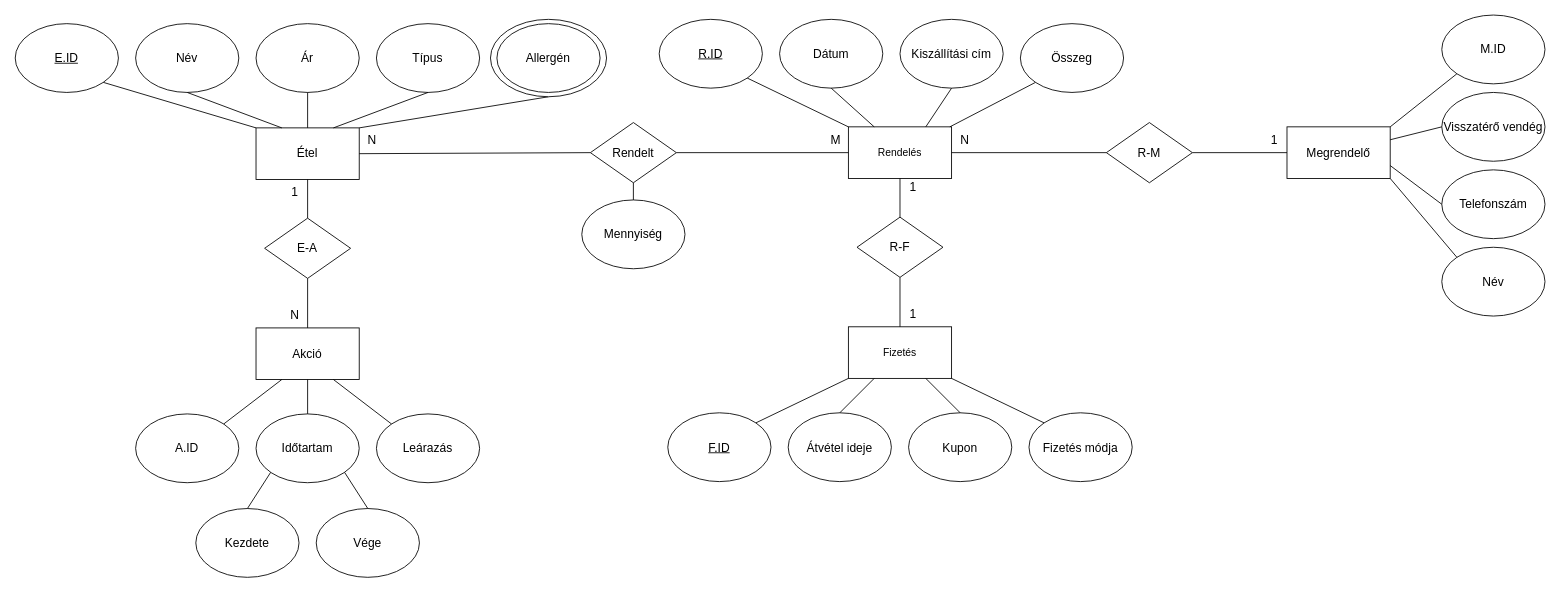
The draw.io diagram XMLTaskF58KQ8/ERF58KQ8.drawio in JuhaAkos/F58KQ8_XMLGyak, before the edit. Source tidied: cells renumbered, new cells numbered last; positions are measured from the earlier drawing's top-left corner, leaving out a move shared by most shapes. Both pictures are drawn from the tidied source at 86%, with x=0, y=0 at pixel (15, 15).
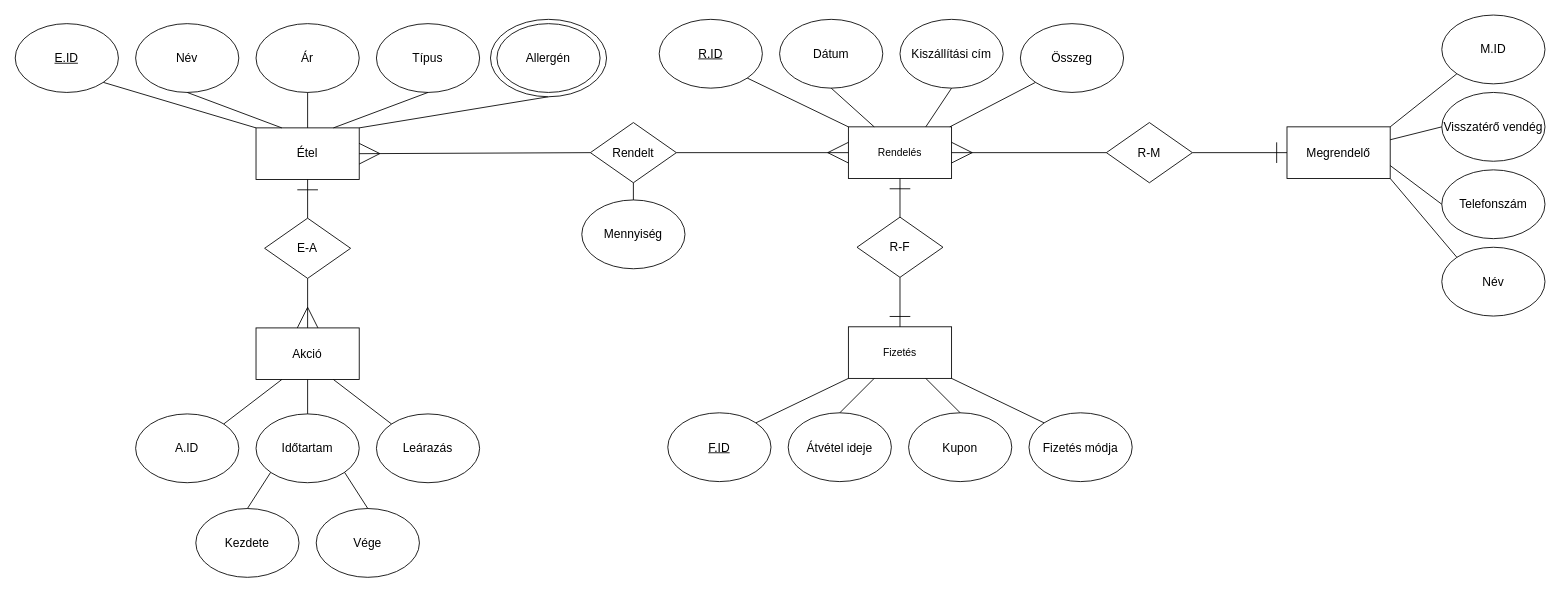
The same diagram, later.

Unchanged cells that the change refers to:
```xml
<mxCell id="2" value="Étel" style="rounded=0;whiteSpace=wrap;html=1;fontSize=14;" parent="1" vertex="1">
  <mxGeometry x="280.2" y="131.2" width="120" height="60" as="geometry" />
</mxCell>
<mxCell id="10" value="Akció" style="rounded=0;whiteSpace=wrap;html=1;fontSize=14;" parent="1" vertex="1">
  <mxGeometry x="280.2" y="363.8" width="120" height="60" as="geometry" />
</mxCell>
<mxCell id="21" value="Megrendelő" style="rounded=0;whiteSpace=wrap;html=1;fontSize=14;" parent="1" vertex="1">
  <mxGeometry x="1479" y="130" width="120" height="60" as="geometry" />
</mxCell>
<mxCell id="38" value="E-A" style="rhombus;whiteSpace=wrap;html=1;fontSize=14;" parent="1" vertex="1">
  <mxGeometry x="290.2" y="236.2" width="100" height="70" as="geometry" />
</mxCell>
<mxCell id="41" value="Rendelés" style="rounded=0;whiteSpace=wrap;html=1;" parent="1" vertex="1">
  <mxGeometry x="969" y="130" width="120" height="60" as="geometry" />
</mxCell>
<mxCell id="42" value="Rendelt" style="rhombus;whiteSpace=wrap;html=1;fontSize=14;" parent="1" vertex="1">
  <mxGeometry x="669" y="125" width="100" height="70" as="geometry" />
</mxCell>
<mxCell id="44" value="R-M" style="rhombus;whiteSpace=wrap;html=1;fontSize=14;" parent="1" vertex="1">
  <mxGeometry x="1269" y="125" width="100" height="70" as="geometry" />
</mxCell>
<mxCell id="49" value="Összeg" style="ellipse;whiteSpace=wrap;html=1;fontSize=14;" parent="1" vertex="1">
  <mxGeometry x="1169" y="10" width="120" height="80" as="geometry" />
</mxCell>
<mxCell id="50" value="Fizetés" style="rounded=0;whiteSpace=wrap;html=1;" parent="1" vertex="1">
  <mxGeometry x="969" y="362.5" width="120" height="60" as="geometry" />
</mxCell>
<mxCell id="58" value="R-F" style="rhombus;whiteSpace=wrap;html=1;fontSize=14;" parent="1" vertex="1">
  <mxGeometry x="979" y="235" width="100" height="70" as="geometry" />
</mxCell>
```

The edit, as a diff of the source:
```diff
@@
-    <mxCell id="22" style="endArrow=none;html=1;rounded=0;fontSize=14;exitX=1;exitY=0.5;exitDx=0;exitDy=0;entryX=0;entryY=0.5;entryDx=0;entryDy=0;" parent="1" edge="1" source="2" target="42">
+    <mxCell id="22" style="endArrow=none;html=1;rounded=0;fontSize=14;exitX=1;exitY=0.5;exitDx=0;exitDy=0;entryX=0;entryY=0.5;entryDx=0;entryDy=0;startArrow=ERmany;startFill=0;targetPerimeterSpacing=0;endSize=22;sourcePerimeterSpacing=0;startSize=22;" parent="1" edge="1" source="2" target="42">
       <mxGeometry relative="1" as="geometry" />
     </mxCell>
-    <mxCell id="23" style="endArrow=none;html=1;rounded=0;fontSize=14;exitX=1;exitY=0.5;exitDx=0;exitDy=0;entryX=0;entryY=0.5;entryDx=0;entryDy=0;" parent="1" edge="1" source="44" target="21">
+    <mxCell id="23" style="endArrow=ERone;html=1;rounded=0;fontSize=14;exitX=1;exitY=0.5;exitDx=0;exitDy=0;entryX=0;entryY=0.5;entryDx=0;entryDy=0;endFill=0;endSize=22;" parent="1" edge="1" source="44" target="21">
       <mxGeometry relative="1" as="geometry" />
     </mxCell>
@@
-    <mxCell id="32" value="1" style="text;html=1;align=center;verticalAlign=middle;strokeColor=none;fillColor=none;fontSize=14;" parent="1" vertex="1">
-      <mxGeometry x="310.2" y="191.2" width="30" height="30" as="geometry" />
-    </mxCell>
-    <mxCell id="33" value="N" style="text;html=1;align=center;verticalAlign=middle;strokeColor=none;fillColor=none;fontSize=14;" parent="1" vertex="1">
-      <mxGeometry x="310.2" y="333.8" width="30" height="30" as="geometry" />
-    </mxCell>
-    <mxCell id="34" value="N" style="text;html=1;align=center;verticalAlign=middle;strokeColor=none;fillColor=none;fontSize=14;" parent="1" vertex="1">
-      <mxGeometry x="400.2" y="131.2" width="30" height="30" as="geometry" />
-    </mxCell>
@@
-    <mxCell id="39" style="endArrow=none;html=1;rounded=0;exitX=0.5;exitY=0;exitDx=0;exitDy=0;entryX=0.5;entryY=1;entryDx=0;entryDy=0;" parent="1" edge="1" source="38" target="2">
+    <mxCell id="39" style="endArrow=ERone;html=1;rounded=0;exitX=0.5;exitY=0;exitDx=0;exitDy=0;entryX=0.5;entryY=1;entryDx=0;entryDy=0;endFill=0;endSize=22;" parent="1" edge="1" source="38" target="2">
       <mxGeometry relative="1" as="geometry" />
     </mxCell>
-    <mxCell id="40" style="endArrow=none;html=1;rounded=0;exitX=0.5;exitY=1;exitDx=0;exitDy=0;entryX=0.5;entryY=0;entryDx=0;entryDy=0;" parent="1" edge="1" source="38" target="10">
+    <mxCell id="40" style="endArrow=ERmany;html=1;rounded=0;exitX=0.5;exitY=1;exitDx=0;exitDy=0;entryX=0.5;entryY=0;entryDx=0;entryDy=0;endFill=0;startSize=22;endSize=22;" parent="1" edge="1" source="38" target="10">
       <mxGeometry relative="1" as="geometry" />
     </mxCell>
@@
-    <mxCell id="43" style="endArrow=none;html=1;rounded=0;exitX=1;exitY=0.5;exitDx=0;exitDy=0;entryX=0;entryY=0.5;entryDx=0;entryDy=0;" parent="1" edge="1" source="42" target="41">
+    <mxCell id="43" style="endArrow=ERmany;html=1;rounded=0;exitX=1;exitY=0.5;exitDx=0;exitDy=0;entryX=0;entryY=0.5;entryDx=0;entryDy=0;endFill=0;startSize=22;endSize=22;" parent="1" edge="1" source="42" target="41">
       <mxGeometry relative="1" as="geometry" />
     </mxCell>
@@
-    <mxCell id="45" style="endArrow=none;html=1;rounded=0;exitX=0;exitY=0.5;exitDx=0;exitDy=0;entryX=1;entryY=0.5;entryDx=0;entryDy=0;" parent="1" edge="1" source="44" target="41">
+    <mxCell id="45" style="endArrow=ERmany;html=1;rounded=0;exitX=0;exitY=0.5;exitDx=0;exitDy=0;entryX=1;entryY=0.5;entryDx=0;entryDy=0;endFill=0;startSize=22;endSize=22;" parent="1" edge="1" source="44" target="41">
       <mxGeometry relative="1" as="geometry" />
     </mxCell>
@@
-    <mxCell id="55" value="M" style="text;html=1;align=center;verticalAlign=middle;strokeColor=none;fillColor=none;fontSize=14;" parent="1" vertex="1">
-      <mxGeometry x="939" y="130" width="30" height="30" as="geometry" />
-    </mxCell>
-    <mxCell id="56" value="N" style="text;html=1;align=center;verticalAlign=middle;points=[];strokeColor=none;fillColor=none;fontSize=14;" parent="1" vertex="1">
-      <mxGeometry x="1089" y="130" width="30" height="30" as="geometry" />
-    </mxCell>
-    <mxCell id="57" value="1" style="text;html=1;align=center;verticalAlign=middle;strokeColor=none;fillColor=none;fontSize=14;" parent="1" vertex="1">
-      <mxGeometry x="1029" y="185" width="30" height="30" as="geometry" />
-    </mxCell>
@@
-    <mxCell id="59" style="endArrow=none;html=1;rounded=0;exitX=0.5;exitY=1;exitDx=0;exitDy=0;entryX=0.5;entryY=0;entryDx=0;entryDy=0;" parent="1" edge="1" source="58" target="50">
+    <mxCell id="59" style="endArrow=ERone;html=1;rounded=0;exitX=0.5;exitY=1;exitDx=0;exitDy=0;entryX=0.5;entryY=0;entryDx=0;entryDy=0;startSize=22;endFill=0;endSize=22;" parent="1" edge="1" source="58" target="50">
       <mxGeometry relative="1" as="geometry" />
     </mxCell>
-    <mxCell id="60" style="endArrow=none;html=1;rounded=0;exitX=0.5;exitY=0;exitDx=0;exitDy=0;entryX=0.5;entryY=1;entryDx=0;entryDy=0;" parent="1" edge="1" source="58" target="41">
+    <mxCell id="60" style="endArrow=ERone;html=1;rounded=0;exitX=0.5;exitY=0;exitDx=0;exitDy=0;entryX=0.5;entryY=1;entryDx=0;entryDy=0;endFill=0;endSize=22;" parent="1" edge="1" source="58" target="41">
       <mxGeometry relative="1" as="geometry" />
     </mxCell>
-    <mxCell id="61" value="1" style="text;html=1;align=center;verticalAlign=middle;strokeColor=none;fillColor=none;fontSize=14;" parent="1" vertex="1">
-      <mxGeometry x="1029" y="332.5" width="30" height="30" as="geometry" />
-    </mxCell>
-    <mxCell id="62" value="1" style="text;html=1;align=center;verticalAlign=middle;strokeColor=none;fillColor=none;fontSize=14;" parent="1" vertex="1">
-      <mxGeometry x="1449" y="130" width="30" height="30" as="geometry" />
-    </mxCell>
@@
-    <mxCell id="72" style="endArrow=none;html=1;rounded=0;exitX=-0.067;exitY=0;exitDx=0;exitDy=0;exitPerimeter=0;entryX=0;entryY=1;entryDx=0;entryDy=0;" parent="1" edge="1" source="56" target="49">
-      <mxGeometry relative="1" as="geometry" />
+    <mxCell id="72" style="endArrow=none;html=1;rounded=0;exitX=-0.067;exitY=0;exitDx=0;exitDy=0;exitPerimeter=0;entryX=0;entryY=1;entryDx=0;entryDy=0;" parent="1" edge="1" target="49">
+      <mxGeometry relative="1" as="geometry">
+        <mxPoint x="1087" y="130" as="sourcePoint" />
+      </mxGeometry>
     </mxCell>
```
